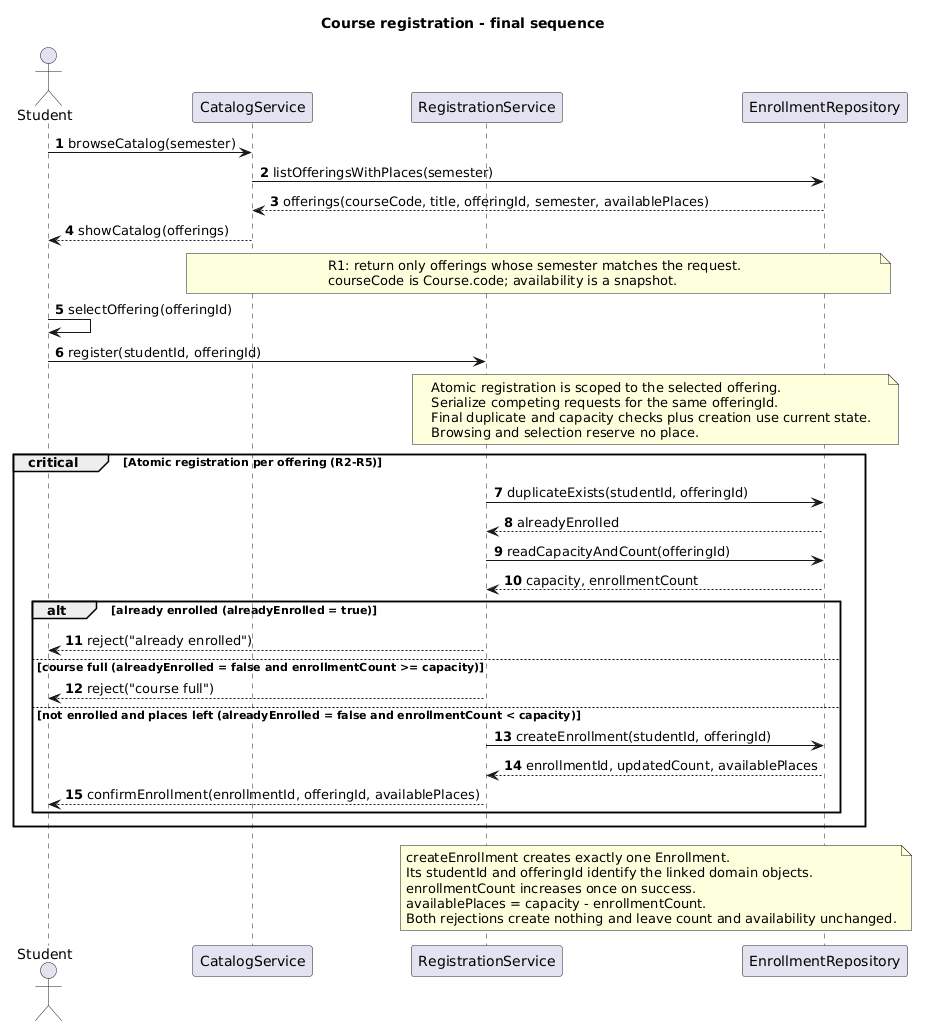
Before: sis-02/models/img/sequence.png, a diagram exported from PlantUML (RiceEnjoyer21/se-practice).
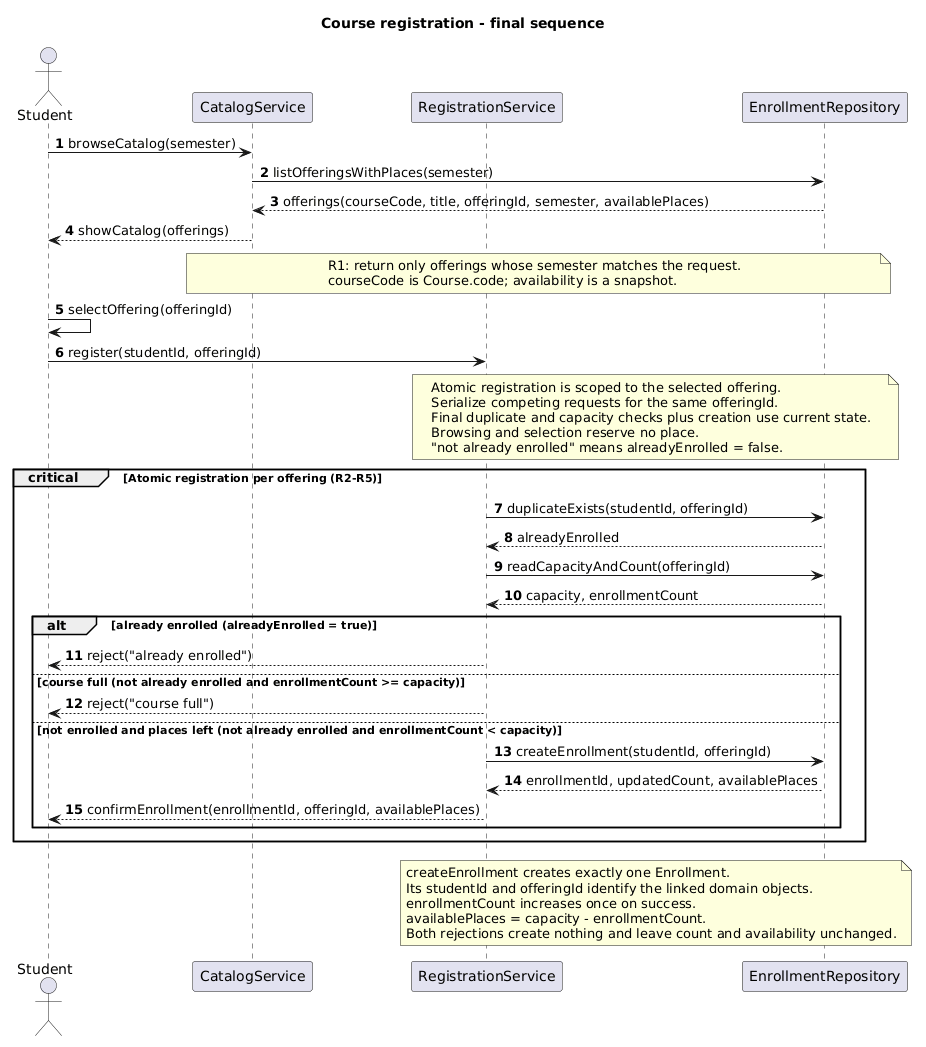
Later version of the same file.

Commit message:
sis-02: update final sequence render

What changed in the source:
```diff
@@ -25,6 +25,7 @@
   Serialize competing requests for the same offeringId.
   Final duplicate and capacity checks plus creation use current state.
   Browsing and selection reserve no place.
+  "not already enrolled" means alreadyEnrolled = false.
 end note
 
 critical Atomic registration per offering (R2-R5)
@@ -35,9 +36,9 @@
 
   alt already enrolled (alreadyEnrolled = true)
     RegistrationService --> Student : reject("already enrolled")
-  else course full (alreadyEnrolled = false and enrollmentCount >= capacity)
+  else course full (not already enrolled and enrollmentCount >= capacity)
     RegistrationService --> Student : reject("course full")
-  else not enrolled and places left (alreadyEnrolled = false and enrollmentCount < capacity)
+  else not enrolled and places left (not already enrolled and enrollmentCount < capacity)
     RegistrationService -> EnrollmentRepository : createEnrollment(studentId, offeringId)
     EnrollmentRepository --> RegistrationService : enrollmentId, updatedCount, availablePlaces
     RegistrationService --> Student : confirmEnrollment(enrollmentId, offeringId, availablePlaces)
```
